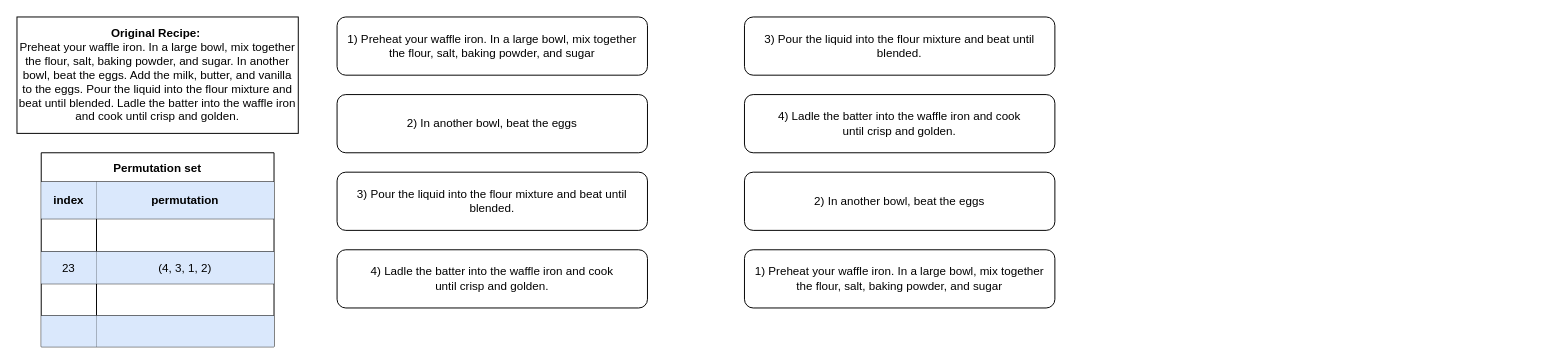
This is Untitled Diagram.drawio from yklogos/AIFA-Assignment-1, a draw.io file, before an edit. Source tidied: cells renumbered, new cells numbered last; positions are measured from the earlier drawing's top-left corner, leaving out a move shared by most shapes. Both pictures are drawn from the tidied source at 97%, with x=0, y=0 at pixel (16, 16).
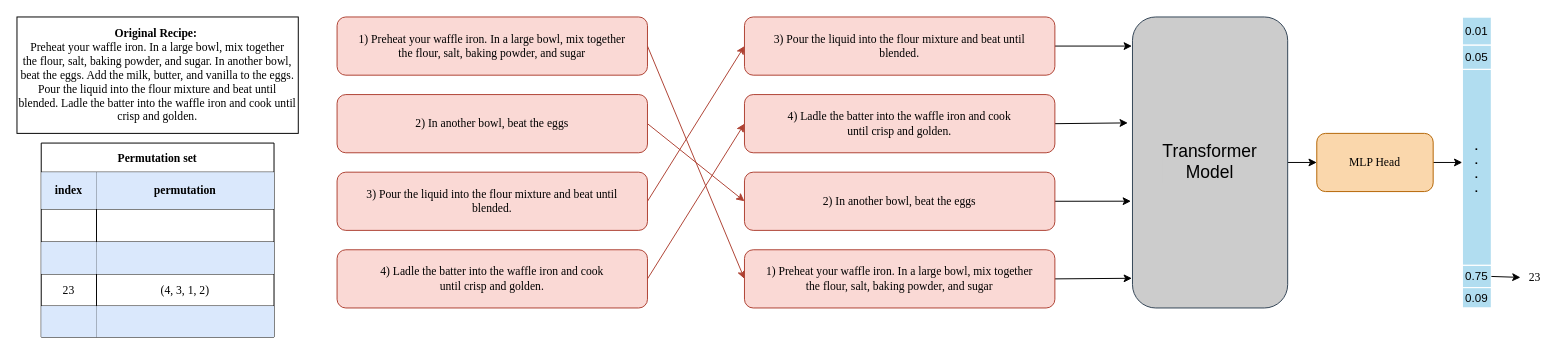
Above is the later version.

Diff of the diagram source:
```diff
@@
+    <mxCell id="27" style="edgeStyle=none;rounded=0;jettySize=auto;html=1;exitX=1;exitY=0.5;exitDx=0;exitDy=0;entryX=0;entryY=0.5;entryDx=0;entryDy=0;fillColor=#fad9d5;strokeColor=#ae4132;fontFamily=Times New Roman;" parent="1" edge="1" source="2" target="23">
+      <mxGeometry relative="1" as="geometry" />
+    </mxCell>
-    <mxCell id="2" value="1) Preheat your waffle iron. In a large bowl, mix together&lt;br&gt;the flour, salt, baking powder, and sugar" style="rounded=1;whiteSpace=wrap;html=1;" parent="1" vertex="1">
+    <mxCell id="2" value="1) Preheat your waffle iron. In a large bowl, mix together&lt;br&gt;the flour, salt, baking powder, and sugar" style="rounded=1;whiteSpace=wrap;html=1;fillColor=#fad9d5;strokeColor=#ae4132;fontFamily=Times New Roman;" parent="1" vertex="1">
       <mxGeometry x="330" width="320" height="60" as="geometry" />
     </mxCell>
+    <mxCell id="28" style="edgeStyle=none;rounded=0;jettySize=auto;html=1;exitX=1;exitY=0.5;exitDx=0;exitDy=0;entryX=0;entryY=0.5;entryDx=0;entryDy=0;fillColor=#fad9d5;strokeColor=#ae4132;fontFamily=Times New Roman;" parent="1" edge="1" source="3" target="24">
+      <mxGeometry relative="1" as="geometry" />
+    </mxCell>
-    <mxCell id="3" value="2) In another bowl, beat the eggs" style="rounded=1;whiteSpace=wrap;html=1;" parent="1" vertex="1">
+    <mxCell id="3" value="2) In another bowl, beat the eggs" style="rounded=1;whiteSpace=wrap;html=1;fillColor=#fad9d5;strokeColor=#ae4132;fontFamily=Times New Roman;" parent="1" vertex="1">
       <mxGeometry x="330" y="80" width="320" height="60" as="geometry" />
     </mxCell>
+    <mxCell id="29" style="edgeStyle=none;rounded=0;jettySize=auto;html=1;exitX=1;exitY=0.5;exitDx=0;exitDy=0;entryX=0;entryY=0.5;entryDx=0;entryDy=0;fillColor=#fad9d5;strokeColor=#ae4132;fontFamily=Times New Roman;" parent="1" edge="1" source="4" target="25">
+      <mxGeometry relative="1" as="geometry" />
+    </mxCell>
-    <mxCell id="4" value="3) Pour the liquid into the flour mixture and beat until&lt;br&gt;blended." style="rounded=1;whiteSpace=wrap;html=1;" parent="1" vertex="1">
+    <mxCell id="4" value="3) Pour the liquid into the flour mixture and beat until&lt;br&gt;blended." style="rounded=1;whiteSpace=wrap;html=1;fillColor=#fad9d5;strokeColor=#ae4132;fontFamily=Times New Roman;" parent="1" vertex="1">
       <mxGeometry x="330" y="160" width="320" height="60" as="geometry" />
     </mxCell>
+    <mxCell id="30" style="edgeStyle=none;rounded=0;jettySize=auto;html=1;exitX=1;exitY=0.5;exitDx=0;exitDy=0;entryX=0;entryY=0.5;entryDx=0;entryDy=0;fillColor=#fad9d5;strokeColor=#ae4132;fontFamily=Times New Roman;" parent="1" edge="1" source="5" target="26">
+      <mxGeometry relative="1" as="geometry" />
+    </mxCell>
-    <mxCell id="5" value="4) Ladle the batter into the waffle iron and cook&lt;br/&gt;until crisp and golden." style="rounded=1;whiteSpace=wrap;html=1;" parent="1" vertex="1">
+    <mxCell id="5" value="4) Ladle the batter into the waffle iron and cook&lt;br&gt;until crisp and golden." style="rounded=1;whiteSpace=wrap;html=1;fillColor=#fad9d5;strokeColor=#ae4132;fontFamily=Times New Roman;" parent="1" vertex="1">
       <mxGeometry x="330" y="240" width="320" height="60" as="geometry" />
     </mxCell>
-    <mxCell id="6" value="&lt;b&gt;Original Recipe:&amp;nbsp;&lt;/b&gt;&lt;br&gt;Preheat your waffle iron. In a large bowl, mix together&lt;br&gt;the flour, salt, baking powder, and sugar. In another bowl, beat the eggs. Add the milk, butter, and vanilla to the eggs. Pour the liquid into the flour mixture and beat until blended. Ladle the batter into the waffle iron and cook until crisp and golden." style="rounded=0;whiteSpace=wrap;html=1;" parent="1" vertex="1">
+    <mxCell id="6" value="&lt;b&gt;Original Recipe:&amp;nbsp;&lt;/b&gt;&lt;br&gt;Preheat your waffle iron. In a large bowl, mix together&lt;br&gt;the flour, salt, baking powder, and sugar. In another bowl, beat the eggs. Add the milk, butter, and vanilla to the eggs. Pour the liquid into the flour mixture and beat until blended. Ladle the batter into the waffle iron and cook until crisp and golden." style="rounded=0;whiteSpace=wrap;html=1;fontFamily=Times New Roman;" parent="1" vertex="1">
       <mxGeometry width="290" height="120" as="geometry" />
     </mxCell>
-    <mxCell id="7" value="Permutation set" style="shape=table;startSize=30;childLayout=tableLayout;fontStyle=1;align=center;" parent="1" vertex="1">
-      <mxGeometry x="25" y="140" width="240" height="200" as="geometry" />
+    <mxCell id="7" value="Permutation set" style="shape=table;startSize=30;childLayout=tableLayout;fontStyle=1;align=center;fontFamily=Times New Roman;strokeColor=#000000;" parent="1" vertex="1">
+      <mxGeometry x="25" y="130" width="240" height="200" as="geometry" />
     </mxCell>
-    <mxCell id="8" style="shape=tableRow;horizontal=0;startSize=0;swimlaneHead=0;swimlaneBody=0;top=0;left=0;bottom=0;right=0;fillColor=none;" parent="7" vertex="1">
+    <mxCell id="8" style="shape=tableRow;horizontal=0;startSize=0;swimlaneHead=0;swimlaneBody=0;top=0;left=0;bottom=0;right=0;fillColor=none;fontFamily=Times New Roman;" parent="7" vertex="1">
       <mxGeometry y="30" width="240" height="38" as="geometry" />
     </mxCell>
-    <mxCell id="9" value="index" style="shape=partialRectangle;html=1;whiteSpace=wrap;fillColor=#dae8fc;top=0;left=0;bottom=0;right=0;overflow=hidden;fontStyle=1;strokeColor=#6c8ebf;" parent="8" vertex="1">
+    <mxCell id="9" value="index" style="shape=partialRectangle;html=1;whiteSpace=wrap;fillColor=#dae8fc;top=0;left=0;bottom=0;right=0;overflow=hidden;fontStyle=1;strokeColor=#6c8ebf;fontFamily=Times New Roman;" parent="8" vertex="1">
       <mxGeometry width="57" height="38" as="geometry" />
     </mxCell>
-    <mxCell id="10" value="permutation" style="shape=partialRectangle;html=1;whiteSpace=wrap;fillColor=#dae8fc;top=0;left=0;bottom=0;right=0;overflow=hidden;fontStyle=1;strokeColor=#6c8ebf;" parent="8" vertex="1">
+    <mxCell id="10" value="permutation" style="shape=partialRectangle;html=1;whiteSpace=wrap;fillColor=#dae8fc;top=0;left=0;bottom=0;right=0;overflow=hidden;fontStyle=1;strokeColor=#6c8ebf;fontFamily=Times New Roman;" parent="8" vertex="1">
       <mxGeometry x="57" width="183" height="38" as="geometry" />
     </mxCell>
-    <mxCell id="11" style="shape=tableRow;horizontal=0;startSize=0;swimlaneHead=0;swimlaneBody=0;top=0;left=0;bottom=0;right=0;fillColor=none;" parent="7" vertex="1">
+    <mxCell id="11" style="shape=tableRow;horizontal=0;startSize=0;swimlaneHead=0;swimlaneBody=0;top=0;left=0;bottom=0;right=0;fillColor=none;fontFamily=Times New Roman;" parent="7" vertex="1">
       <mxGeometry y="68" width="240" height="34" as="geometry" />
     </mxCell>
-    <mxCell id="12" style="shape=partialRectangle;html=1;whiteSpace=wrap;fillColor=none;top=0;left=0;bottom=0;right=0;overflow=hidden;" parent="11" vertex="1">
+    <mxCell id="12" style="shape=partialRectangle;html=1;whiteSpace=wrap;fillColor=none;top=0;left=0;bottom=0;right=0;overflow=hidden;fontFamily=Times New Roman;" parent="11" vertex="1">
       <mxGeometry width="57" height="34" as="geometry" />
     </mxCell>
-    <mxCell id="13" style="shape=partialRectangle;html=1;whiteSpace=wrap;fillColor=none;top=0;left=0;bottom=0;right=0;overflow=hidden;" parent="11" vertex="1">
+    <mxCell id="13" style="shape=partialRectangle;html=1;whiteSpace=wrap;fillColor=none;top=0;left=0;bottom=0;right=0;overflow=hidden;fontFamily=Times New Roman;" parent="11" vertex="1">
       <mxGeometry x="57" width="183" height="34" as="geometry" />
     </mxCell>
-    <mxCell id="14" style="shape=tableRow;horizontal=0;startSize=0;swimlaneHead=0;swimlaneBody=0;top=0;left=0;bottom=0;right=0;fillColor=none;" parent="7" vertex="1">
+    <mxCell id="14" style="shape=tableRow;horizontal=0;startSize=0;swimlaneHead=0;swimlaneBody=0;top=0;left=0;bottom=0;right=0;fillColor=none;fontFamily=Times New Roman;" parent="7" vertex="1">
       <mxGeometry y="102" width="240" height="33" as="geometry" />
     </mxCell>
-    <mxCell id="15" value="23" style="shape=partialRectangle;html=1;whiteSpace=wrap;fillColor=#dae8fc;top=0;left=0;bottom=0;right=0;overflow=hidden;strokeColor=#6c8ebf;" parent="14" vertex="1">
+    <mxCell id="15" style="shape=partialRectangle;html=1;whiteSpace=wrap;fillColor=#dae8fc;top=0;left=0;bottom=0;right=0;overflow=hidden;strokeColor=#6c8ebf;fontFamily=Times New Roman;" parent="14" vertex="1">
       <mxGeometry width="57" height="33" as="geometry" />
     </mxCell>
-    <mxCell id="16" value="(4, 3, 1, 2)" style="shape=partialRectangle;html=1;whiteSpace=wrap;fillColor=#dae8fc;top=0;left=0;bottom=0;right=0;overflow=hidden;strokeColor=#6c8ebf;" parent="14" vertex="1">
+    <mxCell id="16" style="shape=partialRectangle;html=1;whiteSpace=wrap;fillColor=#dae8fc;top=0;left=0;bottom=0;right=0;overflow=hidden;strokeColor=#6c8ebf;fontFamily=Times New Roman;" parent="14" vertex="1">
       <mxGeometry x="57" width="183" height="33" as="geometry" />
     </mxCell>
-    <mxCell id="17" style="shape=tableRow;horizontal=0;startSize=0;swimlaneHead=0;swimlaneBody=0;top=0;left=0;bottom=0;right=0;fillColor=none;" parent="7" vertex="1">
+    <mxCell id="17" style="shape=tableRow;horizontal=0;startSize=0;swimlaneHead=0;swimlaneBody=0;top=0;left=0;bottom=0;right=0;fillColor=none;fontFamily=Times New Roman;" parent="7" vertex="1">
       <mxGeometry y="135" width="240" height="33" as="geometry" />
     </mxCell>
-    <mxCell id="18" style="shape=partialRectangle;html=1;whiteSpace=wrap;fillColor=none;top=0;left=0;bottom=0;right=0;overflow=hidden;" parent="17" vertex="1">
+    <mxCell id="18" value="23" style="shape=partialRectangle;html=1;whiteSpace=wrap;fillColor=none;top=0;left=0;bottom=0;right=0;overflow=hidden;fontFamily=Times New Roman;" parent="17" vertex="1">
       <mxGeometry width="57" height="33" as="geometry" />
     </mxCell>
-    <mxCell id="19" style="shape=partialRectangle;html=1;whiteSpace=wrap;fillColor=none;top=0;left=0;bottom=0;right=0;overflow=hidden;" parent="17" vertex="1">
+    <mxCell id="19" value="(4, 3, 1, 2)" style="shape=partialRectangle;html=1;whiteSpace=wrap;fillColor=none;top=0;left=0;bottom=0;right=0;overflow=hidden;fontFamily=Times New Roman;" parent="17" vertex="1">
       <mxGeometry x="57" width="183" height="33" as="geometry" />
     </mxCell>
-    <mxCell id="20" style="shape=tableRow;horizontal=0;startSize=0;swimlaneHead=0;swimlaneBody=0;top=0;left=0;bottom=0;right=0;fillColor=none;" parent="7" vertex="1">
+    <mxCell id="20" style="shape=tableRow;horizontal=0;startSize=0;swimlaneHead=0;swimlaneBody=0;top=0;left=0;bottom=0;right=0;fillColor=none;fontFamily=Times New Roman;" parent="7" vertex="1">
       <mxGeometry y="168" width="240" height="32" as="geometry" />
     </mxCell>
-    <mxCell id="21" style="shape=partialRectangle;html=1;whiteSpace=wrap;fillColor=#dae8fc;top=0;left=0;bottom=0;right=0;overflow=hidden;strokeColor=#6c8ebf;" parent="20" vertex="1">
+    <mxCell id="21" style="shape=partialRectangle;html=1;whiteSpace=wrap;fillColor=#dae8fc;top=0;left=0;bottom=0;right=0;overflow=hidden;strokeColor=#6c8ebf;fontFamily=Times New Roman;" parent="20" vertex="1">
       <mxGeometry width="57" height="32" as="geometry" />
     </mxCell>
-    <mxCell id="22" style="shape=partialRectangle;html=1;whiteSpace=wrap;fillColor=#dae8fc;top=0;left=0;bottom=0;right=0;overflow=hidden;strokeColor=#6c8ebf;" parent="20" vertex="1">
+    <mxCell id="22" style="shape=partialRectangle;html=1;whiteSpace=wrap;fillColor=#dae8fc;top=0;left=0;bottom=0;right=0;overflow=hidden;strokeColor=#6c8ebf;fontFamily=Times New Roman;" parent="20" vertex="1">
       <mxGeometry x="57" width="183" height="32" as="geometry" />
     </mxCell>
+    <mxCell id="31" style="edgeStyle=none;rounded=0;jettySize=auto;html=1;exitX=1;exitY=0.5;exitDx=0;exitDy=0;entryX=-0.004;entryY=0.898;entryDx=0;entryDy=0;entryPerimeter=0;" parent="1" edge="1" source="23">
+      <mxGeometry relative="1" as="geometry">
+        <mxPoint x="1149.4" y="269.4" as="targetPoint" />
+      </mxGeometry>
+    </mxCell>
-    <mxCell id="23" value="1) Preheat your waffle iron. In a large bowl, mix together&lt;br&gt;the flour, salt, baking powder, and sugar" style="rounded=1;whiteSpace=wrap;html=1;" parent="1" vertex="1">
+    <mxCell id="23" value="1) Preheat your waffle iron. In a large bowl, mix together&lt;br&gt;the flour, salt, baking powder, and sugar" style="rounded=1;whiteSpace=wrap;html=1;fillColor=#fad9d5;strokeColor=#ae4132;fontFamily=Times New Roman;" parent="1" vertex="1">
       <mxGeometry x="750" y="240" width="320" height="60" as="geometry" />
     </mxCell>
+    <mxCell id="32" style="edgeStyle=none;rounded=0;jettySize=auto;html=1;exitX=1;exitY=0.5;exitDx=0;exitDy=0;entryX=-0.01;entryY=0.633;entryDx=0;entryDy=0;entryPerimeter=0;" parent="1" edge="1" source="24">
+      <mxGeometry relative="1" as="geometry">
+        <mxPoint x="1148.4" y="189.9" as="targetPoint" />
+      </mxGeometry>
+    </mxCell>
-    <mxCell id="24" value="2) In another bowl, beat the eggs" style="rounded=1;whiteSpace=wrap;html=1;" parent="1" vertex="1">
+    <mxCell id="24" value="2) In another bowl, beat the eggs" style="rounded=1;whiteSpace=wrap;html=1;fillColor=#fad9d5;strokeColor=#ae4132;fontFamily=Times New Roman;" parent="1" vertex="1">
       <mxGeometry x="750" y="160" width="320" height="60" as="geometry" />
     </mxCell>
+    <mxCell id="33" style="edgeStyle=none;rounded=0;jettySize=auto;html=1;exitX=1;exitY=0.5;exitDx=0;exitDy=0;entryX=-0.004;entryY=0.1;entryDx=0;entryDy=0;entryPerimeter=0;" parent="1" edge="1" source="25">
+      <mxGeometry relative="1" as="geometry">
+        <mxPoint x="1149.4" y="30" as="targetPoint" />
+      </mxGeometry>
+    </mxCell>
-    <mxCell id="25" value="3) Pour the liquid into the flour mixture and beat until&lt;br&gt;blended." style="rounded=1;whiteSpace=wrap;html=1;" parent="1" vertex="1">
+    <mxCell id="25" value="3) Pour the liquid into the flour mixture and beat until&lt;br&gt;blended." style="rounded=1;whiteSpace=wrap;html=1;fillColor=#fad9d5;strokeColor=#ae4132;fontFamily=Times New Roman;" parent="1" vertex="1">
       <mxGeometry x="750" width="320" height="60" as="geometry" />
     </mxCell>
+    <mxCell id="34" style="edgeStyle=none;rounded=0;jettySize=auto;html=1;exitX=1;exitY=0.5;exitDx=0;exitDy=0;entryX=-0.03;entryY=0.364;entryDx=0;entryDy=0;entryPerimeter=0;" parent="1" edge="1" source="26">
+      <mxGeometry relative="1" as="geometry">
+        <mxPoint x="1145.2" y="109.2" as="targetPoint" />
+      </mxGeometry>
+    </mxCell>
-    <mxCell id="26" value="4) Ladle the batter into the waffle iron and cook&lt;br/&gt;until crisp and golden." style="rounded=1;whiteSpace=wrap;html=1;" parent="1" vertex="1">
+    <mxCell id="26" value="4) Ladle the batter into the waffle iron and cook&lt;br&gt;until crisp and golden." style="rounded=1;whiteSpace=wrap;html=1;fillColor=#fad9d5;strokeColor=#ae4132;fontFamily=Times New Roman;" parent="1" vertex="1">
       <mxGeometry x="750" y="80" width="320" height="60" as="geometry" />
     </mxCell>
+    <mxCell id="35" style="edgeStyle=none;rounded=0;jettySize=auto;html=1;" parent="1" edge="1" target="48">
+      <mxGeometry relative="1" as="geometry">
+        <mxPoint x="1310" y="150" as="sourcePoint" />
+      </mxGeometry>
+    </mxCell>
+    <mxCell id="36" style="childLayout=tableLayout;shadow=0;fillColor=#b1ddf0;strokeColor=#FFFFFF;" parent="1" vertex="1">
+      <mxGeometry x="1490" width="30" height="300" as="geometry" />
+    </mxCell>
+    <mxCell id="37" style="shape=tableRow;horizontal=0;startSize=0;swimlaneHead=0;swimlaneBody=0;top=0;left=0;bottom=0;right=0;fontStyle=0;fillColor=none;strokeColor=inherit;" parent="36" vertex="1">
+      <mxGeometry width="30" height="29" as="geometry" />
+    </mxCell>
+    <mxCell id="38" value="0.01" style="strokeColor=inherit;fillColor=none;align=center;whiteSpace=wrap;html=1;" parent="37" vertex="1">
+      <mxGeometry width="30" height="29" as="geometry" />
+    </mxCell>
+    <mxCell id="39" style="shape=tableRow;horizontal=0;startSize=0;swimlaneHead=0;swimlaneBody=0;top=0;left=0;bottom=0;right=0;fontStyle=0;fillColor=none;strokeColor=inherit;" parent="36" vertex="1">
+      <mxGeometry y="29" width="30" height="25" as="geometry" />
+    </mxCell>
+    <mxCell id="40" value="0.05" style="strokeColor=inherit;fillColor=none;align=center;whiteSpace=wrap;html=1;" parent="39" vertex="1">
+      <mxGeometry width="30" height="25" as="geometry" />
+    </mxCell>
+    <mxCell id="41" style="shape=tableRow;horizontal=0;startSize=0;swimlaneHead=0;swimlaneBody=0;top=0;left=0;bottom=0;right=0;fontStyle=0;fillColor=none;strokeColor=inherit;" parent="36" vertex="1">
+      <mxGeometry y="54" width="30" height="202" as="geometry" />
+    </mxCell>
+    <mxCell id="42" value=".&lt;br&gt;.&lt;br&gt;.&lt;br&gt;.&lt;br&gt;" style="strokeColor=inherit;fillColor=none;align=center;whiteSpace=wrap;html=1;fontStyle=1;" parent="41" vertex="1">
+      <mxGeometry width="30" height="202" as="geometry" />
+    </mxCell>
+    <mxCell id="43" style="shape=tableRow;horizontal=0;startSize=0;swimlaneHead=0;swimlaneBody=0;top=0;left=0;bottom=0;right=0;fontStyle=0;fillColor=none;strokeColor=inherit;" parent="36" vertex="1">
+      <mxGeometry y="256" width="30" height="23" as="geometry" />
+    </mxCell>
+    <mxCell id="44" value="0.75" style="strokeColor=inherit;fillColor=none;align=center;whiteSpace=wrap;html=1;" parent="43" vertex="1">
+      <mxGeometry width="30" height="23" as="geometry" />
+    </mxCell>
+    <mxCell id="45" style="shape=tableRow;horizontal=0;startSize=0;swimlaneHead=0;swimlaneBody=0;top=0;left=0;bottom=0;right=0;fontStyle=0;fillColor=none;strokeColor=inherit;" parent="36" vertex="1">
+      <mxGeometry y="279" width="30" height="21" as="geometry" />
+    </mxCell>
+    <mxCell id="46" value="0.09" style="strokeColor=inherit;fillColor=none;align=center;whiteSpace=wrap;html=1;" parent="45" vertex="1">
+      <mxGeometry width="30" height="21" as="geometry" />
+    </mxCell>
+    <mxCell id="47" style="edgeStyle=none;rounded=0;jettySize=auto;html=1;" parent="1" edge="1" source="48" target="36">
+      <mxGeometry relative="1" as="geometry" />
+    </mxCell>
+    <mxCell id="48" value="MLP Head" style="rounded=1;whiteSpace=wrap;html=1;labelBackgroundColor=none;fillColor=#fad7ac;strokeColor=#b46504;fontFamily=Times New Roman;" parent="1" vertex="1">
+      <mxGeometry x="1340" y="120" width="120" height="60" as="geometry" />
+    </mxCell>
+    <mxCell id="49" value="&lt;font style=&quot;font-size: 18px;&quot; color=&quot;#000000&quot;&gt;Transformer &lt;br&gt;Model&lt;/font&gt;" style="rounded=1;whiteSpace=wrap;html=1;labelBackgroundColor=#CCCCCC;fillColor=#CCCCCC;fontColor=#ffffff;strokeColor=#314354;" parent="1" vertex="1">
+      <mxGeometry x="1150" width="160" height="300" as="geometry" />
+    </mxCell>
+    <mxCell id="50" value="23" style="text;html=1;strokeColor=none;fillColor=none;align=center;verticalAlign=middle;whiteSpace=wrap;rounded=0;labelBackgroundColor=none;fontFamily=Times New Roman;fontSize=12;fontColor=#000000;" parent="1" vertex="1">
+      <mxGeometry x="1550" y="253.5" width="30" height="30" as="geometry" />
+    </mxCell>
+    <mxCell id="51" style="edgeStyle=none;rounded=0;jettySize=auto;html=1;exitX=1;exitY=0.5;exitDx=0;exitDy=0;entryX=0;entryY=0.5;entryDx=0;entryDy=0;fontFamily=Times New Roman;fontSize=12;fontColor=#000000;" parent="1" edge="1" source="43" target="50">
+      <mxGeometry relative="1" as="geometry" />
+    </mxCell>
```
